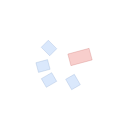
Before: Диаграмма без названия.drawio in RomanPolansky/worldUML, a draw.io diagram. Source tidied: cells renumbered, new cells numbered last; positions are measured from the earlier drawing's top-left corner, leaving out a move shared by most shapes. Both pictures are drawn from the tidied source at 200%, with x=0, y=0 at pixel (36, 42).
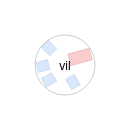
The same page after the edit.

What changed in the source:
```diff
@@
 <mxGraphModel>
   <root>
     <mxCell id="0" />
     <mxCell id="1" parent="0" />
     <mxCell id="2" style="rounded=0;whiteSpace=wrap;html=1;strokeWidth=0;fillColor=#dae8fc;strokeColor=#6c8ebf;rotation=45;" parent="1" vertex="1">
       <mxGeometry x="3" width="6" height="5" as="geometry" />
     </mxCell>
     <mxCell id="3" style="rounded=0;whiteSpace=wrap;html=1;strokeWidth=0;fillColor=#dae8fc;strokeColor=#6c8ebf;rotation=-15;" parent="1" vertex="1">
       <mxGeometry y="9" width="6" height="5" as="geometry" />
     </mxCell>
     <mxCell id="4" style="rounded=0;whiteSpace=wrap;html=1;strokeWidth=0;fillColor=#dae8fc;strokeColor=#6c8ebf;rotation=-30;" parent="1" vertex="1">
       <mxGeometry x="3" y="16" width="6" height="5" as="geometry" />
     </mxCell>
     <mxCell id="5" style="rounded=0;whiteSpace=wrap;html=1;strokeWidth=0;fillColor=#dae8fc;strokeColor=#6c8ebf;rotation=60;" parent="1" vertex="1">
       <mxGeometry x="15" y="17" width="6" height="5" as="geometry" />
     </mxCell>
     <mxCell id="6" style="rounded=0;whiteSpace=wrap;html=1;strokeWidth=0;fillColor=#f8cecc;strokeColor=#b85450;rotation=-15;" parent="1" vertex="1">
       <mxGeometry x="16" y="4" width="11" height="6" as="geometry" />
     </mxCell>
+    <mxCell id="7" style="ellipse;whiteSpace=wrap;html=1;fillColor=none;strokeWidth=0;" parent="1" vertex="1">
+      <mxGeometry x="-1" y="-4" width="30" height="30" as="geometry" />
+    </mxCell>
+    <mxCell id="8" value="vil" style="text;html=1;strokeColor=none;fillColor=none;align=center;verticalAlign=middle;whiteSpace=wrap;rounded=0;fontSize=6;" parent="1" vertex="1">
+      <mxGeometry x="10.5" y="8.5" width="7" height="6" as="geometry" />
+    </mxCell>
   </root>
 </mxGraphModel>
```
